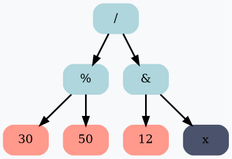
Above: Expression.png in RTCupid/Differentiator (Graphviz), before the change. Its source is kept beside it as Expression.dot.
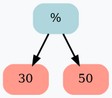
The same file after the commit.

What changed in the source:
```diff
@@ -1,17 +1,9 @@
 digraph G {
 	rankdir = HR;
 	bgcolor="#F7F9FB"
-	 node0x503000000160 [shape=Mrecord; style=filled; color="#aed6dc"; label =  "/ " ];
-	 node0x503000000160 -> node0x5030000000a0 [ style=bold; weight=1000; ];
-	 node0x503000000160 -> node0x503000000130 [ style=bold; weight=1000; ];
-	 node0x5030000000a0 [shape=Mrecord; style=filled; color="#aed6dc"; label =  "% " ];
-	 node0x5030000000a0 -> node0x503000000040 [ style=bold; weight=1000; ];
-	 node0x5030000000a0 -> node0x503000000070 [ style=bold; weight=1000; ];
-	 node0x503000000040 [shape=Mrecord; style=filled; color="#ff9a8d"; label =  "30 " ];
-	 node0x503000000070 [shape=Mrecord; style=filled; color="#ff9a8d"; label =  "50 " ];
-	 node0x503000000130 [shape=Mrecord; style=filled; color="#aed6dc"; label =  "& " ];
-	 node0x503000000130 -> node0x5030000000d0 [ style=bold; weight=1000; ];
-	 node0x503000000130 -> node0x503000000100 [ style=bold; weight=1000; ];
-	 node0x5030000000d0 [shape=Mrecord; style=filled; color="#ff9a8d"; label =  "12 " ];
-	 node0x503000000100 [shape=Mrecord; style=filled; color="#4a536b"; label =  "x " ];
+	 node0x5030000000d0 [shape=Mrecord; style=filled; color="#aed6dc"; label =  "% " ];
+	 node0x5030000000d0 -> node0x503000000070 [ style=bold; weight=1000; ];
+	 node0x5030000000d0 -> node0x5030000000a0 [ style=bold; weight=1000; ];
+	 node0x503000000070 [shape=Mrecord; style=filled; color="#ff9a8d"; label =  "30 " ];
+	 node0x5030000000a0 [shape=Mrecord; style=filled; color="#ff9a8d"; label =  "50 " ];
 }
```
